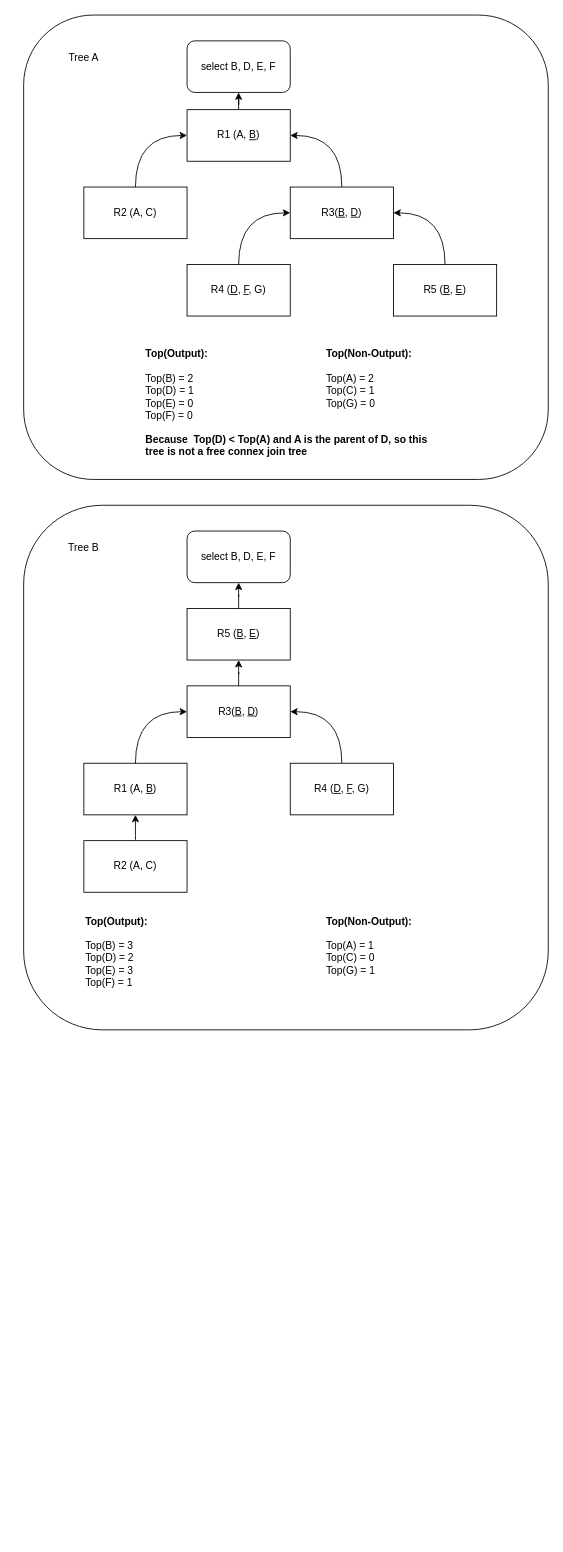
Before: examples/join_tree.drawio in secyan/secyan_gen, a draw.io diagram. Source tidied: cells renumbered, new cells numbered last; positions are measured from the earlier drawing's top-left corner, leaving out a move shared by most shapes. Both pictures are drawn from the tidied source at 86%, with x=0, y=0 at pixel (23, 15).
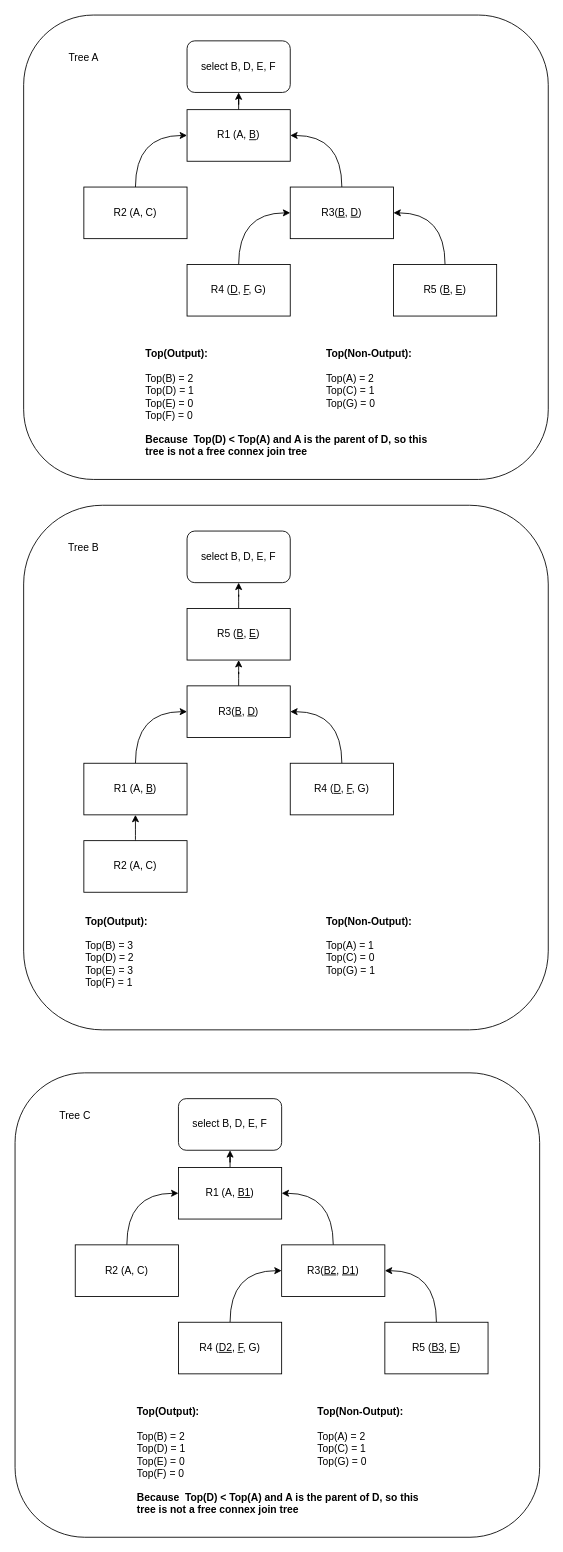
The same page after the edit.

Change to the diagram source:
```diff
@@
+    <mxCell id="33" style="rounded=1;whiteSpace=wrap;html=1;" parent="1" vertex="1">
+      <mxGeometry x="-10" y="1230" width="610" height="540" as="geometry" />
+    </mxCell>
+    <mxCell id="34" style="edgeStyle=orthogonalEdgeStyle;curved=1;jettySize=auto;html=1;exitX=0.5;exitY=0;exitDx=0;exitDy=0;" parent="1" edge="1" source="35" target="44">
+      <mxGeometry relative="1" as="geometry" />
+    </mxCell>
+    <mxCell id="35" value="R1 (A, &lt;u&gt;B1&lt;/u&gt;)" style="rounded=0;whiteSpace=wrap;html=1;" parent="1" vertex="1">
+      <mxGeometry x="180" y="1340" width="120" height="60" as="geometry" />
+    </mxCell>
+    <mxCell id="36" style="edgeStyle=orthogonalEdgeStyle;curved=1;jettySize=auto;html=1;exitX=0.5;exitY=0;exitDx=0;exitDy=0;entryX=1;entryY=0.5;entryDx=0;entryDy=0;" parent="1" edge="1" source="37" target="35">
+      <mxGeometry relative="1" as="geometry" />
+    </mxCell>
+    <mxCell id="37" value="R3(&lt;u&gt;B2&lt;/u&gt;, &lt;u&gt;D1&lt;/u&gt;)" style="rounded=0;whiteSpace=wrap;html=1;" parent="1" vertex="1">
+      <mxGeometry x="300" y="1430" width="120" height="60" as="geometry" />
+    </mxCell>
+    <mxCell id="38" style="edgeStyle=orthogonalEdgeStyle;jettySize=auto;html=1;exitX=0.5;exitY=0;exitDx=0;exitDy=0;entryX=0;entryY=0.5;entryDx=0;entryDy=0;curved=1;" parent="1" edge="1" source="39" target="35">
+      <mxGeometry relative="1" as="geometry" />
+    </mxCell>
+    <mxCell id="39" value="R2 (A, C)" style="rounded=0;whiteSpace=wrap;html=1;" parent="1" vertex="1">
+      <mxGeometry x="60" y="1430" width="120" height="60" as="geometry" />
+    </mxCell>
+    <mxCell id="40" style="edgeStyle=orthogonalEdgeStyle;curved=1;jettySize=auto;html=1;exitX=0.5;exitY=0;exitDx=0;exitDy=0;entryX=1;entryY=0.5;entryDx=0;entryDy=0;" parent="1" edge="1" source="41" target="37">
+      <mxGeometry relative="1" as="geometry" />
+    </mxCell>
+    <mxCell id="41" value="R5 (&lt;u&gt;B3&lt;/u&gt;, &lt;u&gt;E&lt;/u&gt;)" style="rounded=0;whiteSpace=wrap;html=1;" parent="1" vertex="1">
+      <mxGeometry x="420" y="1520" width="120" height="60" as="geometry" />
+    </mxCell>
+    <mxCell id="42" style="edgeStyle=orthogonalEdgeStyle;curved=1;jettySize=auto;html=1;exitX=0.5;exitY=0;exitDx=0;exitDy=0;entryX=0;entryY=0.5;entryDx=0;entryDy=0;" parent="1" edge="1" source="43" target="37">
+      <mxGeometry relative="1" as="geometry" />
+    </mxCell>
+    <mxCell id="43" value="R4 (&lt;u&gt;D2&lt;/u&gt;, &lt;u&gt;F&lt;/u&gt;,&amp;nbsp;G)" style="rounded=0;whiteSpace=wrap;html=1;" parent="1" vertex="1">
+      <mxGeometry x="180" y="1520" width="120" height="60" as="geometry" />
+    </mxCell>
+    <mxCell id="44" value="select B, D, E, F" style="rounded=1;whiteSpace=wrap;html=1;" parent="1" vertex="1">
+      <mxGeometry x="180" y="1260" width="120" height="60" as="geometry" />
+    </mxCell>
+    <mxCell id="45" value="&lt;b&gt;Top(Output):&lt;br&gt;&lt;/b&gt;&lt;br&gt;Top(B) = 2&lt;br&gt;Top(D) = 1&lt;br&gt;Top(E) = 0&lt;br&gt;Top(F) = 0" style="text;html=1;strokeColor=none;fillColor=none;align=left;verticalAlign=top;whiteSpace=wrap;rounded=0;" parent="1" vertex="1">
+      <mxGeometry x="130" y="1610" width="80" height="100" as="geometry" />
+    </mxCell>
+    <mxCell id="46" value="&lt;b&gt;Top(Non-Output):&lt;br&gt;&lt;/b&gt;&lt;br&gt;Top(A) = 2&lt;br&gt;Top(C) = 1&lt;br&gt;Top(G) = 0" style="text;html=1;strokeColor=none;fillColor=none;align=left;verticalAlign=top;whiteSpace=wrap;rounded=0;" parent="1" vertex="1">
+      <mxGeometry x="340" y="1610" width="130" height="100" as="geometry" />
+    </mxCell>
+    <mxCell id="47" value="Tree C" style="text;html=1;strokeColor=none;fillColor=none;align=center;verticalAlign=middle;whiteSpace=wrap;rounded=0;" parent="1" vertex="1">
+      <mxGeometry x="40" y="1270" width="40" height="20" as="geometry" />
+    </mxCell>
+    <mxCell id="48" value="&lt;b&gt;Because&amp;nbsp; Top(D) &amp;lt; Top(A) and A is the parent of D, so this tree is not a free connex join tree&lt;/b&gt;" style="text;html=1;strokeColor=none;fillColor=none;align=left;verticalAlign=top;whiteSpace=wrap;rounded=0;" parent="1" vertex="1">
+      <mxGeometry x="130" y="1710" width="330" height="50" as="geometry" />
+    </mxCell>
```
